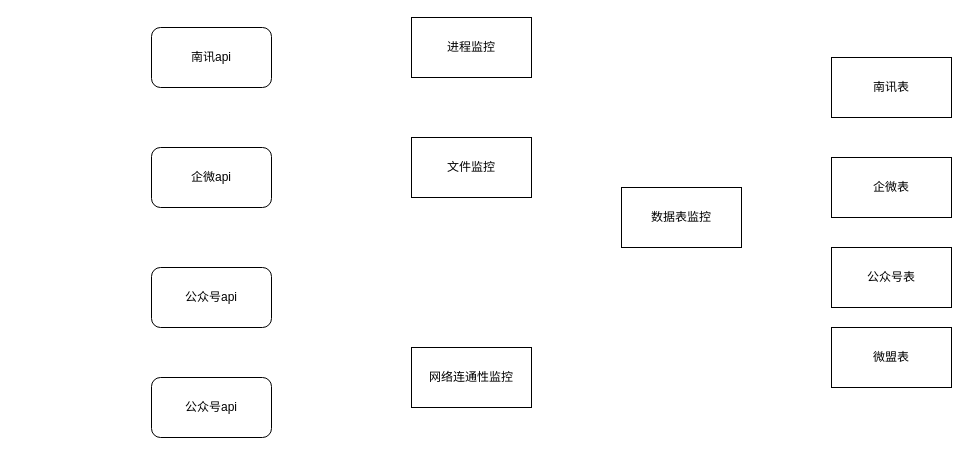
This is 监控.drawio from DThadch/draw, a draw.io file, before an edit. Source tidied: cells renumbered, new cells numbered last; positions are measured from the earlier drawing's top-left corner, leaving out a move shared by most shapes. Both pictures are drawn from the tidied source at 100%, with x=0, y=0 at pixel (151, 17).
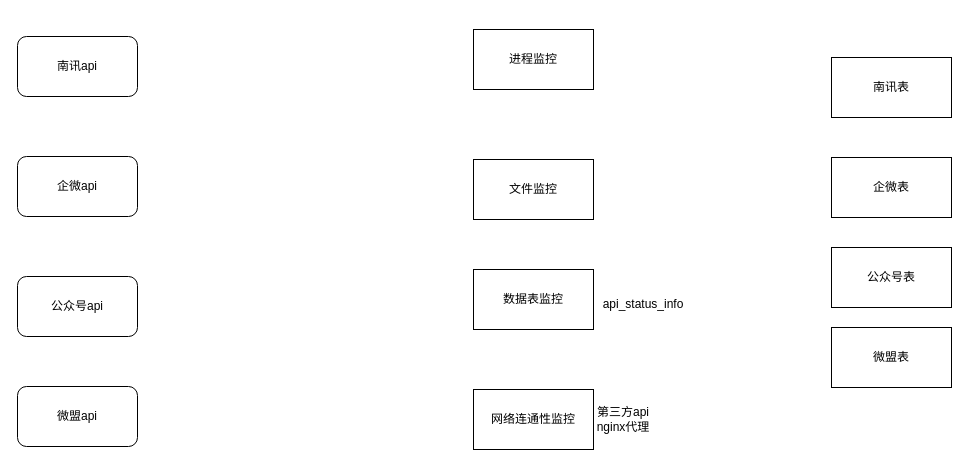
The same page after the edit.

What changed in the source:
```diff
@@
 <mxGraphModel>
   <root>
     <mxCell id="0" />
     <mxCell id="1" parent="0" />
     <mxCell id="2" value="南讯api" style="rounded=1;whiteSpace=wrap;html=1;" parent="1" vertex="1">
-      <mxGeometry y="10" width="120" height="60" as="geometry" />
+      <mxGeometry x="-134" y="19" width="120" height="60" as="geometry" />
     </mxCell>
     <mxCell id="3" value="企微api" style="rounded=1;whiteSpace=wrap;html=1;" parent="1" vertex="1">
-      <mxGeometry y="130" width="120" height="60" as="geometry" />
+      <mxGeometry x="-134" y="139" width="120" height="60" as="geometry" />
     </mxCell>
     <mxCell id="4" value="公众号api" style="rounded=1;whiteSpace=wrap;html=1;" parent="1" vertex="1">
-      <mxGeometry y="250" width="120" height="60" as="geometry" />
+      <mxGeometry x="-134" y="259" width="120" height="60" as="geometry" />
     </mxCell>
-    <mxCell id="5" value="公众号api" style="rounded=1;whiteSpace=wrap;html=1;" parent="1" vertex="1">
-      <mxGeometry y="360" width="120" height="60" as="geometry" />
+    <mxCell id="5" value="微盟api" style="rounded=1;whiteSpace=wrap;html=1;" parent="1" vertex="1">
+      <mxGeometry x="-134" y="369" width="120" height="60" as="geometry" />
     </mxCell>
     <mxCell id="6" value="进程监控" style="rounded=0;whiteSpace=wrap;html=1;" parent="1" vertex="1">
-      <mxGeometry x="260" width="120" height="60" as="geometry" />
+      <mxGeometry x="322" y="12" width="120" height="60" as="geometry" />
     </mxCell>
     <mxCell id="7" value="文件监控" style="rounded=0;whiteSpace=wrap;html=1;" parent="1" vertex="1">
-      <mxGeometry x="260" y="120" width="120" height="60" as="geometry" />
+      <mxGeometry x="322" y="142" width="120" height="60" as="geometry" />
     </mxCell>
     <mxCell id="8" value="数据表监控" style="rounded=0;whiteSpace=wrap;html=1;" parent="1" vertex="1">
-      <mxGeometry x="470" y="170" width="120" height="60" as="geometry" />
+      <mxGeometry x="322" y="252" width="120" height="60" as="geometry" />
     </mxCell>
     <mxCell id="9" value="网络连通性监控" style="rounded=0;whiteSpace=wrap;html=1;" parent="1" vertex="1">
-      <mxGeometry x="260" y="330" width="120" height="60" as="geometry" />
+      <mxGeometry x="322" y="372" width="120" height="60" as="geometry" />
     </mxCell>
     <mxCell id="10" value="南讯表" style="rounded=0;whiteSpace=wrap;html=1;" parent="1" vertex="1">
       <mxGeometry x="680" y="40" width="120" height="60" as="geometry" />
     </mxCell>
     <mxCell id="11" value="企微表" style="rounded=0;whiteSpace=wrap;html=1;" parent="1" vertex="1">
       <mxGeometry x="680" y="140" width="120" height="60" as="geometry" />
     </mxCell>
     <mxCell id="12" value="公众号表" style="rounded=0;whiteSpace=wrap;html=1;" parent="1" vertex="1">
       <mxGeometry x="680" y="230" width="120" height="60" as="geometry" />
     </mxCell>
     <mxCell id="13" value="微盟表" style="rounded=0;whiteSpace=wrap;html=1;" parent="1" vertex="1">
       <mxGeometry x="680" y="310" width="120" height="60" as="geometry" />
     </mxCell>
+    <mxCell id="14" value="第三方api&lt;br&gt;nginx代理" style="text;html=1;strokeColor=none;fillColor=none;align=center;verticalAlign=middle;whiteSpace=wrap;rounded=0;" parent="1" vertex="1">
+      <mxGeometry x="442" y="387" width="60" height="30" as="geometry" />
+    </mxCell>
+    <mxCell id="15" value="api_status_info" style="text;html=1;strokeColor=none;fillColor=none;align=center;verticalAlign=middle;whiteSpace=wrap;rounded=0;" parent="1" vertex="1">
+      <mxGeometry x="462" y="272" width="60" height="30" as="geometry" />
+    </mxCell>
   </root>
 </mxGraphModel>
```
